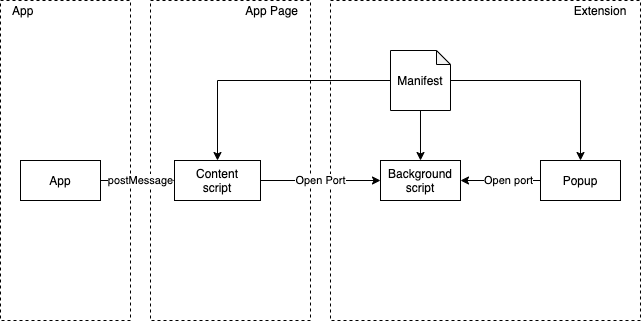
Earlier version of the draw.io export docs/extension-communication.png (dxos/dxos). Source tidied: cells renumbered, new cells last; positions are measured from the earlier drawing's top-left corner, leaving out a move shared by most shapes.
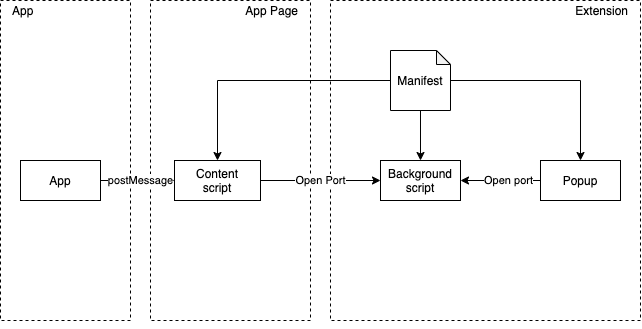
After the change.

Diff of the diagram source:
```diff
@@ -11,8 +11,8 @@
     <mxCell id="4" style="rounded=0;whiteSpace=wrap;html=1;fillColor=none;dashed=1;" parent="1" vertex="1">
       <mxGeometry x="330" width="310" height="320" as="geometry" />
     </mxCell>
-    <mxCell id="5" value="Extension" style="text;html=1;strokeColor=none;fillColor=none;align=center;verticalAlign=middle;whiteSpace=wrap;rounded=0;dashed=1;" parent="1" vertex="1">
-      <mxGeometry x="560" width="80" height="20" as="geometry" />
+    <mxCell id="5" value="Extension" style="text;html=1;strokeColor=none;fillColor=none;align=right;verticalAlign=middle;whiteSpace=wrap;rounded=0;dashed=1;" parent="1" vertex="1">
+      <mxGeometry x="520" width="110" height="20" as="geometry" />
     </mxCell>
     <mxCell id="6" style="edgeStyle=orthogonalEdgeStyle;rounded=0;jettySize=auto;html=1;" parent="1" edge="1" source="9" target="10">
       <mxGeometry relative="1" as="geometry" />
```
